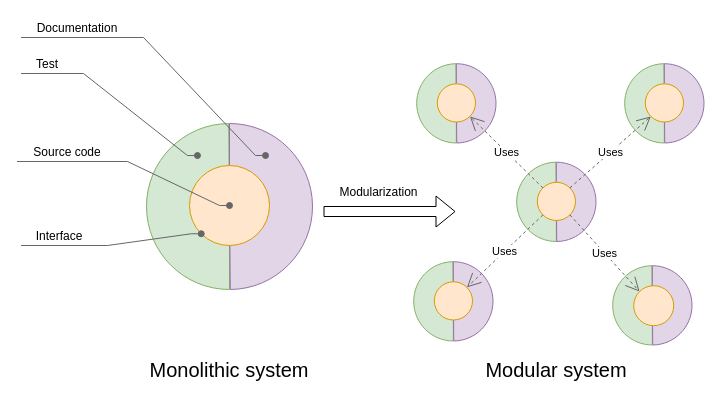
The draw.io diagram page "Modularization" (3 of 7) of doc/img/modularity/Modularity.drawio in rahulshc/wTools, before the edit. Source tidied: cells renumbered, new cells numbered last; positions are measured from the earlier drawing's top-left corner, leaving out a move shared by most shapes. Both pictures are drawn from the tidied source at 100%, with x=0, y=0 at pixel (17, 17).
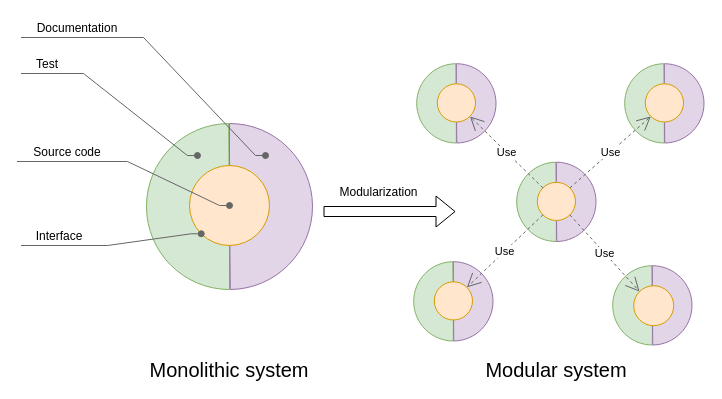
The same diagram, later.

The change refers to these unchanged cells:
```xml
<mxCell id="19" style="ellipse;whiteSpace=wrap;html=1;fillColor=#ffe6cc;strokeColor=#d79b00;" parent="16" vertex="1">
  <mxGeometry x="20.6" y="20.1" width="38.2" height="38.2" as="geometry" />
</mxCell>
<mxCell id="23" style="ellipse;whiteSpace=wrap;html=1;fillColor=#ffe6cc;strokeColor=#d79b00;" parent="20" vertex="1">
  <mxGeometry x="20.6" y="20.1" width="38.2" height="38.2" as="geometry" />
</mxCell>
<mxCell id="27" style="ellipse;whiteSpace=wrap;html=1;fillColor=#ffe6cc;strokeColor=#d79b00;" parent="24" vertex="1">
  <mxGeometry x="21" y="20" width="40" height="40" as="geometry" />
</mxCell>
<mxCell id="31" style="ellipse;whiteSpace=wrap;html=1;fillColor=#ffe6cc;strokeColor=#d79b00;" parent="28" vertex="1">
  <mxGeometry x="20.6" y="20.1" width="38.2" height="38.2" as="geometry" />
</mxCell>
<mxCell id="35" style="ellipse;whiteSpace=wrap;html=1;fillColor=#ffe6cc;strokeColor=#d79b00;" parent="32" vertex="1">
  <mxGeometry x="20.6" y="20.1" width="38.2" height="38.2" as="geometry" />
</mxCell>
```

What changed in the source:
```diff
@@
-    <mxCell id="36" value="Uses&lt;br&gt;" style="endArrow=open;endSize=12;dashed=1;html=1;strokeColor=#666666;exitX=0;exitY=1;entryX=1;entryY=0;" parent="1" edge="1" source="19" target="23">
+    <mxCell id="36" value="Use&lt;br&gt;" style="endArrow=open;endSize=12;dashed=1;html=1;strokeColor=#666666;exitX=0;exitY=1;entryX=1;entryY=0;" parent="1" edge="1" source="19" target="23">
       <mxGeometry relative="1" as="geometry" />
     </mxCell>
-    <mxCell id="37" value="Uses" style="endArrow=open;endSize=12;dashed=1;html=1;strokeColor=#666666;exitX=0;exitY=0;entryX=1;entryY=1;" parent="1" edge="1" source="19" target="31">
+    <mxCell id="37" value="Use&lt;br&gt;" style="endArrow=open;endSize=12;dashed=1;html=1;strokeColor=#666666;exitX=0;exitY=0;entryX=1;entryY=1;" parent="1" edge="1" source="19" target="31">
       <mxGeometry relative="1" as="geometry" />
     </mxCell>
-    <mxCell id="38" value="Uses" style="endArrow=open;endSize=12;dashed=1;html=1;strokeColor=#666666;exitX=1;exitY=0;entryX=0;entryY=1;" parent="1" edge="1" source="19" target="35">
+    <mxCell id="38" value="Use" style="endArrow=open;endSize=12;dashed=1;html=1;strokeColor=#666666;exitX=1;exitY=0;entryX=0;entryY=1;" parent="1" edge="1" source="19" target="35">
       <mxGeometry relative="1" as="geometry" />
     </mxCell>
-    <mxCell id="39" value="Uses" style="endArrow=open;endSize=12;dashed=1;html=1;strokeColor=#666666;exitX=1;exitY=1;entryX=0;entryY=0;" parent="1" edge="1" source="19" target="27">
+    <mxCell id="39" value="Use" style="endArrow=open;endSize=12;dashed=1;html=1;strokeColor=#666666;exitX=1;exitY=1;entryX=0;entryY=0;" parent="1" edge="1" source="19" target="27">
       <mxGeometry relative="1" as="geometry" />
     </mxCell>
```
